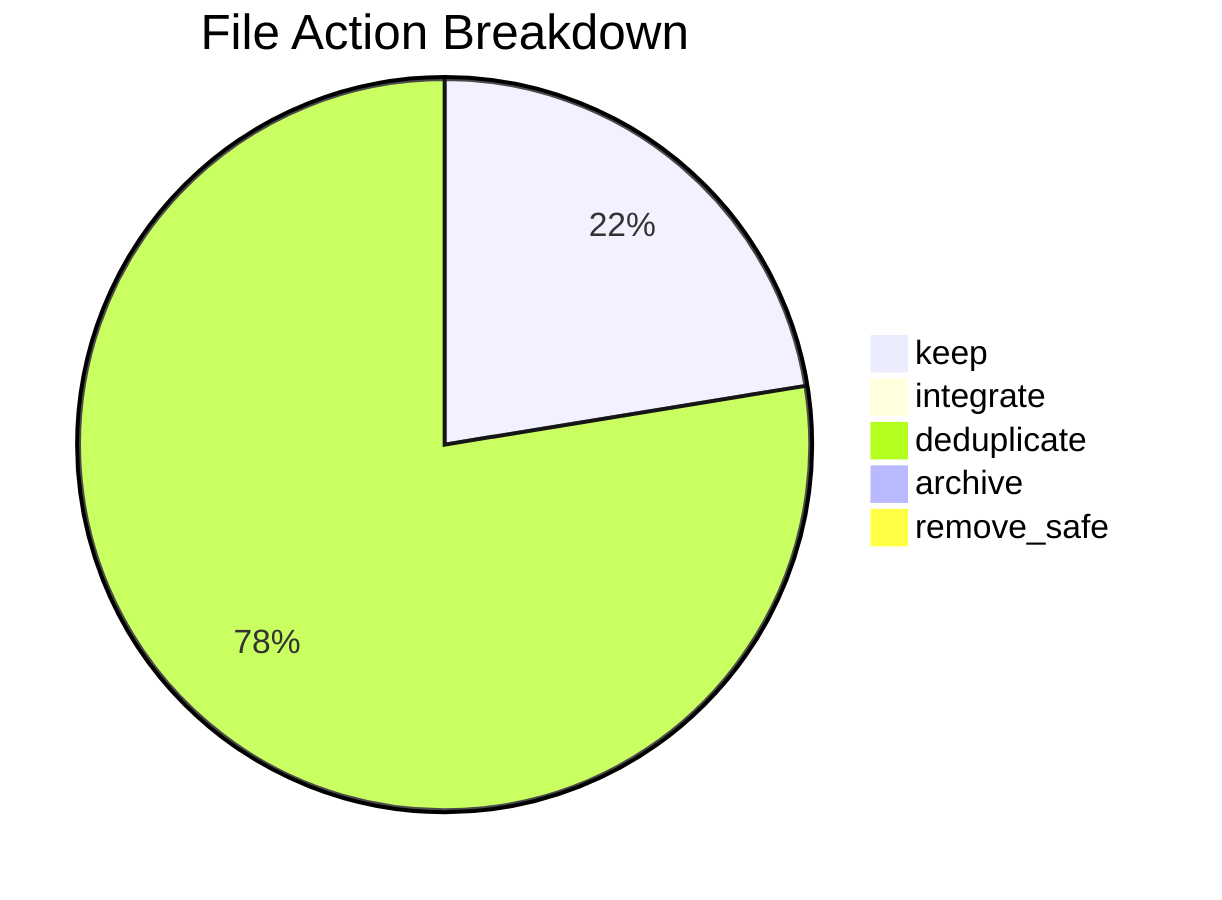
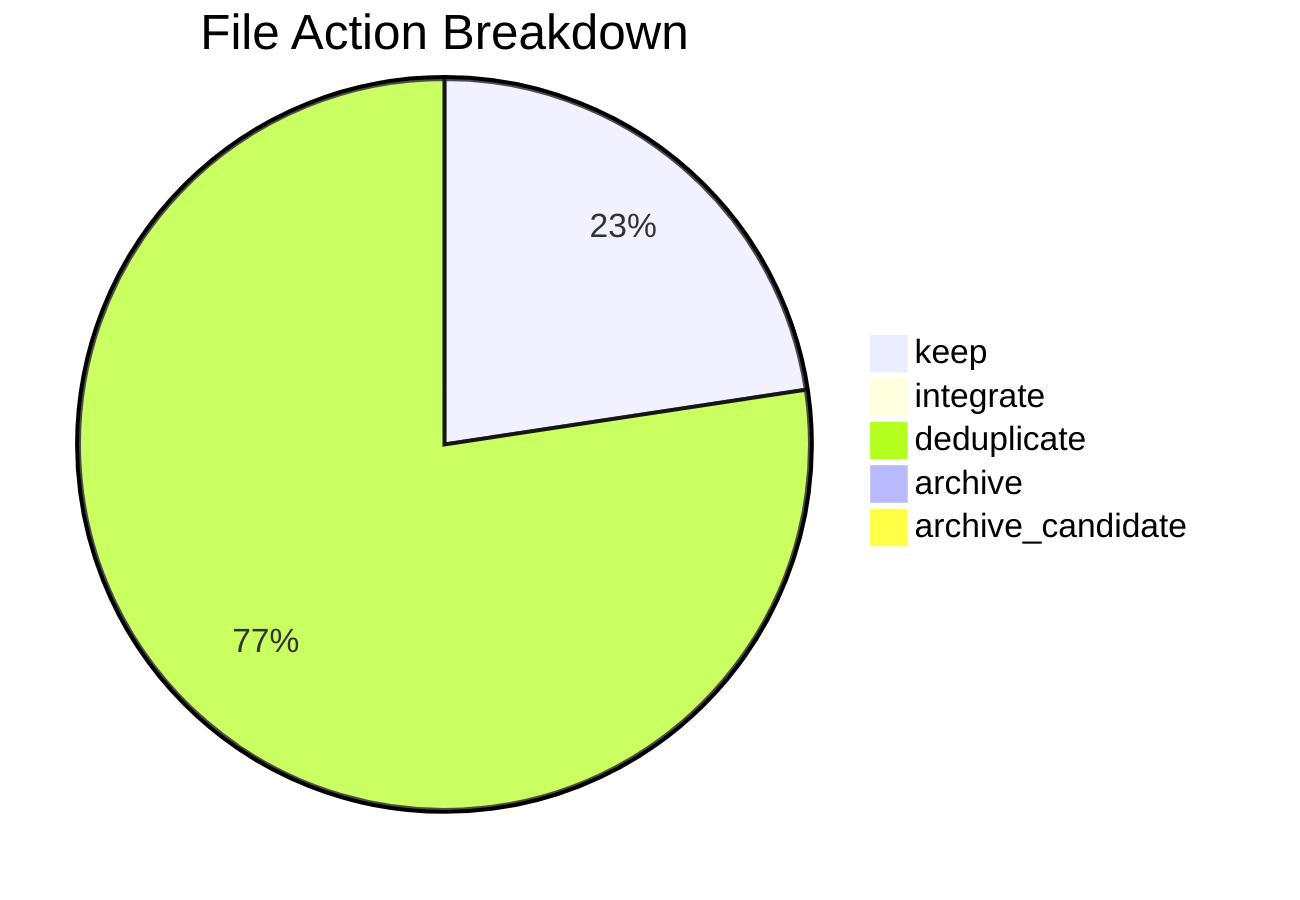
pie title File Action Breakdown
-   "keep" : 142
+   "keep" : 144
  "integrate" : 0
-   "deduplicate" : 491
+   "deduplicate" : 493
  "archive" : 0
-   "remove_safe" : 0
+   "archive_candidate" : 0
